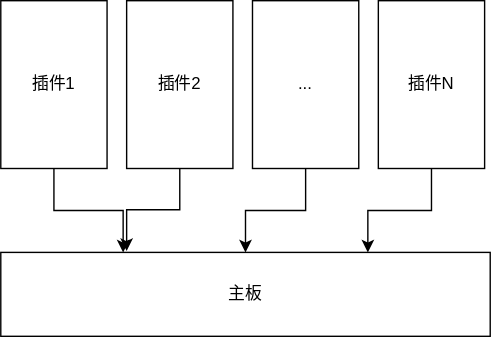
taowen/modularization-examples keeps this draw.io diagram as new/Motherboard.drawio.svg. Above is the earlier version. Source tidied: cells renumbered, new cells last; positions are measured from the earlier drawing's top-left corner, leaving out a move shared by most shapes. Its diagram source:
```xml
<mxGraphModel>
  <root>
    <mxCell id="0" />
    <mxCell id="1" parent="0" />
    <mxCell id="2" value="主板" style="rounded=0;whiteSpace=wrap;html=1;" parent="1" vertex="1">
      <mxGeometry y="180" width="350" height="60" as="geometry" />
    </mxCell>
    <mxCell id="3" style="edgeStyle=orthogonalEdgeStyle;rounded=0;jettySize=auto;html=1;exitX=0.5;exitY=1;exitDx=0;exitDy=0;entryX=0.25;entryY=0;entryDx=0;entryDy=0;" parent="1" edge="1" source="4" target="2">
      <mxGeometry relative="1" as="geometry" />
    </mxCell>
    <mxCell id="4" value="插件1" style="rounded=0;whiteSpace=wrap;html=1;" parent="1" vertex="1">
      <mxGeometry width="76" height="120" as="geometry" />
    </mxCell>
    <mxCell id="5" style="edgeStyle=orthogonalEdgeStyle;rounded=0;jettySize=auto;html=1;exitX=0.5;exitY=1;exitDx=0;exitDy=0;" parent="1" edge="1" source="6">
      <mxGeometry relative="1" as="geometry">
        <mxPoint x="90" y="179" as="targetPoint" />
      </mxGeometry>
    </mxCell>
    <mxCell id="6" value="插件2" style="rounded=0;whiteSpace=wrap;html=1;" parent="1" vertex="1">
      <mxGeometry x="90" width="76" height="120" as="geometry" />
    </mxCell>
    <mxCell id="7" style="edgeStyle=orthogonalEdgeStyle;rounded=0;jettySize=auto;html=1;exitX=0.5;exitY=1;exitDx=0;exitDy=0;entryX=0.5;entryY=0;entryDx=0;entryDy=0;" parent="1" edge="1" source="8" target="2">
      <mxGeometry relative="1" as="geometry" />
    </mxCell>
    <mxCell id="8" value="..." style="rounded=0;whiteSpace=wrap;html=1;" parent="1" vertex="1">
      <mxGeometry x="180" width="76" height="120" as="geometry" />
    </mxCell>
    <mxCell id="9" style="edgeStyle=orthogonalEdgeStyle;rounded=0;jettySize=auto;html=1;exitX=0.5;exitY=1;exitDx=0;exitDy=0;entryX=0.75;entryY=0;entryDx=0;entryDy=0;" parent="1" edge="1" source="10" target="2">
      <mxGeometry relative="1" as="geometry" />
    </mxCell>
    <mxCell id="10" value="插件N" style="rounded=0;whiteSpace=wrap;html=1;" parent="1" vertex="1">
      <mxGeometry x="270" width="76" height="120" as="geometry" />
    </mxCell>
  </root>
</mxGraphModel>
```
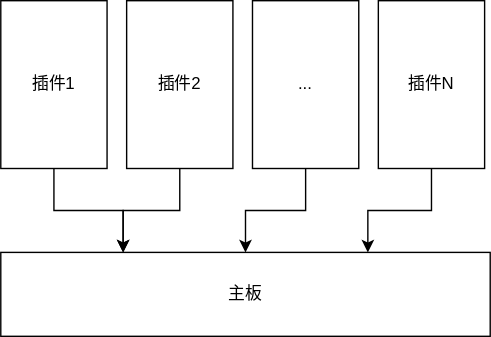
Later version of the same file.

The edit, as a diff of the source:
```diff
@@ -11,11 +11,9 @@
     <mxCell id="4" value="插件1" style="rounded=0;whiteSpace=wrap;html=1;" parent="1" vertex="1">
       <mxGeometry width="76" height="120" as="geometry" />
     </mxCell>
-    <mxCell id="5" style="edgeStyle=orthogonalEdgeStyle;rounded=0;jettySize=auto;html=1;exitX=0.5;exitY=1;exitDx=0;exitDy=0;" parent="1" edge="1" source="6">
-      <mxGeometry relative="1" as="geometry">
-        <mxPoint x="90" y="179" as="targetPoint" />
-      </mxGeometry>
-    </mxCell>
+    <mxCell id="11" style="edgeStyle=orthogonalEdgeStyle;rounded=0;jettySize=auto;html=1;entryX=0.25;entryY=0;entryDx=0;entryDy=0;" parent="1" edge="1" source="6" target="2">
+      <mxGeometry relative="1" as="geometry" />
+    </mxCell>
     <mxCell id="6" value="插件2" style="rounded=0;whiteSpace=wrap;html=1;" parent="1" vertex="1">
       <mxGeometry x="90" width="76" height="120" as="geometry" />
     </mxCell>
```
